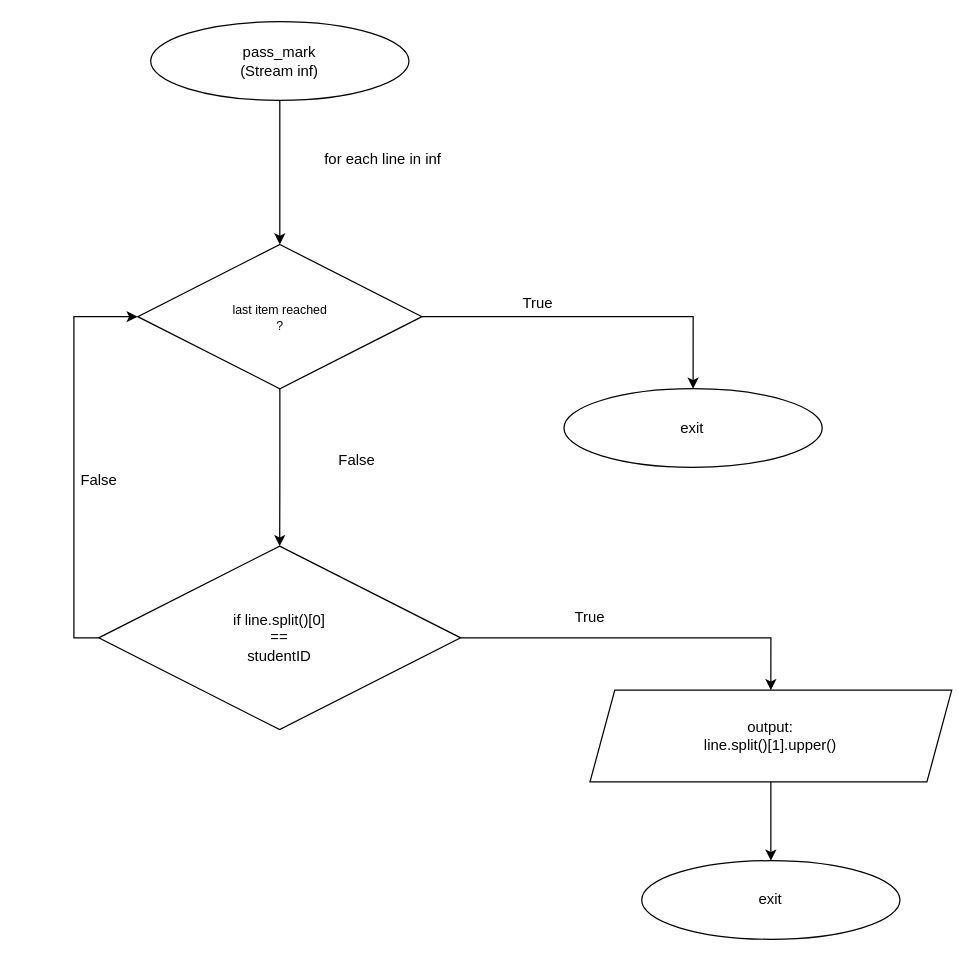
Earlier version of the draw.io diagram page "Page-3" (3 of 5) of Untitled Diagram.drawio (punyaprashun25/animated_login_form). Source tidied: cells renumbered, new cells numbered last; positions are measured from the earlier drawing's top-left corner, leaving out a move shared by most shapes. Both pictures are drawn from the tidied source at 124%, with x=0, y=0 at pixel (21, 21).
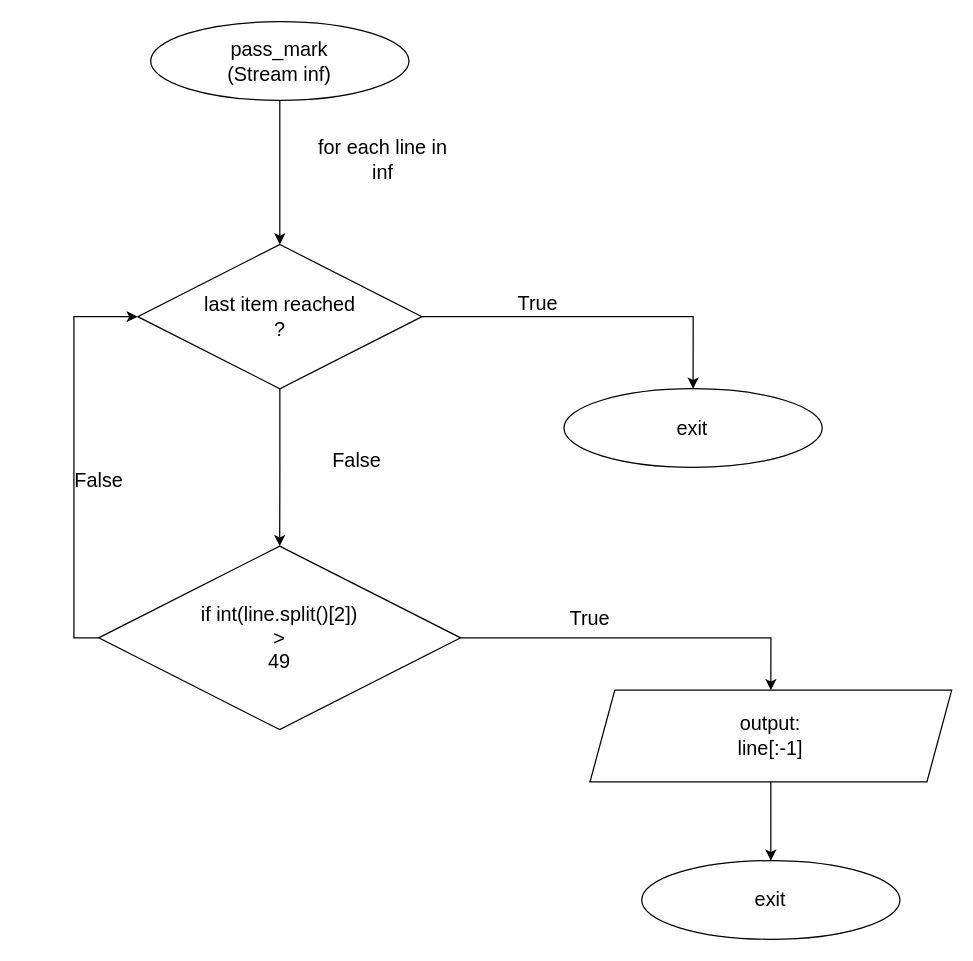
After the change.

Diff of the diagram source:
```diff
@@
 <mxGraphModel>
   <root>
     <mxCell id="0" />
     <mxCell id="1" parent="0" />
-    <mxCell id="2" style="group;" parent="1" vertex="1">
+    <mxCell id="2" style="group;fontSize=16;" parent="1" vertex="1">
       <mxGeometry width="750" height="740" as="geometry" />
     </mxCell>
-    <mxCell id="3" style="edgeStyle=orthogonalEdgeStyle;rounded=0;jettySize=auto;html=1;exitX=0.5;exitY=1;exitDx=0;exitDy=0;" parent="2" edge="1" source="4" target="7">
+    <mxCell id="3" style="edgeStyle=orthogonalEdgeStyle;rounded=0;jettySize=auto;html=1;exitX=0.5;exitY=1;exitDx=0;exitDy=0;fontSize=16;" parent="2" edge="1" source="4" target="7">
       <mxGeometry relative="1" as="geometry" />
     </mxCell>
-    <mxCell id="4" value="&lt;div&gt;pass_mark&lt;/div&gt;&lt;div&gt;(&lt;span style=&quot;background-color: initial;&quot;&gt;Stream inf)&lt;/span&gt;&lt;/div&gt;" style="ellipse;whiteSpace=wrap;html=1;" parent="2" vertex="1">
+    <mxCell id="4" value="&lt;div style=&quot;font-size: 16px;&quot;&gt;pass_mark&lt;/div&gt;&lt;div style=&quot;font-size: 16px;&quot;&gt;(&lt;span style=&quot;background-color: initial; font-size: 16px;&quot;&gt;Stream inf)&lt;/span&gt;&lt;/div&gt;" style="ellipse;whiteSpace=wrap;html=1;fontSize=16;" parent="2" vertex="1">
       <mxGeometry x="104" width="208.3" height="63.4" as="geometry" />
     </mxCell>
-    <mxCell id="5" style="edgeStyle=orthogonalEdgeStyle;rounded=0;jettySize=auto;html=1;exitX=1;exitY=0.5;exitDx=0;exitDy=0;entryX=0.5;entryY=0;entryDx=0;entryDy=0;" parent="2" edge="1" source="7" target="9">
+    <mxCell id="5" style="edgeStyle=orthogonalEdgeStyle;rounded=0;jettySize=auto;html=1;exitX=1;exitY=0.5;exitDx=0;exitDy=0;entryX=0.5;entryY=0;entryDx=0;entryDy=0;fontSize=16;" parent="2" edge="1" source="7" target="9">
       <mxGeometry relative="1" as="geometry" />
     </mxCell>
-    <mxCell id="6" style="edgeStyle=orthogonalEdgeStyle;rounded=0;jettySize=auto;html=1;exitX=0.5;exitY=1;exitDx=0;exitDy=0;entryX=0.5;entryY=0;entryDx=0;entryDy=0;" parent="2" edge="1" source="7" target="14">
+    <mxCell id="6" style="edgeStyle=orthogonalEdgeStyle;rounded=0;jettySize=auto;html=1;exitX=0.5;exitY=1;exitDx=0;exitDy=0;entryX=0.5;entryY=0;entryDx=0;entryDy=0;fontSize=16;" parent="2" edge="1" source="7" target="14">
       <mxGeometry relative="1" as="geometry" />
     </mxCell>
-    <mxCell id="7" value="&lt;font style=&quot;font-size: 10px;&quot;&gt;last item reached&lt;/font&gt;&lt;div style=&quot;font-size: 10px;&quot;&gt;&lt;font style=&quot;font-size: 10px;&quot;&gt;?&lt;/font&gt;&lt;/div&gt;" style="rhombus;whiteSpace=wrap;html=1;" parent="2" vertex="1">
+    <mxCell id="7" value="&lt;font style=&quot;font-size: 16px;&quot;&gt;last item reached&lt;/font&gt;&lt;div style=&quot;font-size: 16px;&quot;&gt;&lt;font style=&quot;font-size: 16px;&quot;&gt;?&lt;/font&gt;&lt;/div&gt;" style="rhombus;whiteSpace=wrap;html=1;fontSize=16;" parent="2" vertex="1">
       <mxGeometry x="93.6" y="179.7" width="229.2" height="116.3" as="geometry" />
     </mxCell>
-    <mxCell id="8" value="for each line in inf" style="text;html=1;align=center;verticalAlign=middle;whiteSpace=wrap;rounded=0;" parent="2" vertex="1">
+    <mxCell id="8" value="for each line in inf" style="text;html=1;align=center;verticalAlign=middle;whiteSpace=wrap;rounded=0;fontSize=16;" parent="2" vertex="1">
       <mxGeometry x="229" y="95.1" width="125" height="31.7" as="geometry" />
     </mxCell>
-    <mxCell id="9" value="exit" style="ellipse;whiteSpace=wrap;html=1;" parent="2" vertex="1">
+    <mxCell id="9" value="exit" style="ellipse;whiteSpace=wrap;html=1;fontSize=16;" parent="2" vertex="1">
       <mxGeometry x="437.3" y="296" width="208.3" height="63.4" as="geometry" />
     </mxCell>
-    <mxCell id="10" value="True" style="text;html=1;align=center;verticalAlign=middle;whiteSpace=wrap;rounded=0;" parent="2" vertex="1">
+    <mxCell id="10" value="True" style="text;html=1;align=center;verticalAlign=middle;whiteSpace=wrap;rounded=0;fontSize=16;" parent="2" vertex="1">
       <mxGeometry x="354" y="211.4" width="125" height="31.7" as="geometry" />
     </mxCell>
-    <mxCell id="11" value="False" style="text;html=1;align=center;verticalAlign=middle;whiteSpace=wrap;rounded=0;" parent="2" vertex="1">
+    <mxCell id="11" value="False" style="text;html=1;align=center;verticalAlign=middle;whiteSpace=wrap;rounded=0;fontSize=16;" parent="2" vertex="1">
       <mxGeometry x="208.1" y="338.3" width="125" height="31.7" as="geometry" />
     </mxCell>
-    <mxCell id="12" style="edgeStyle=orthogonalEdgeStyle;rounded=0;jettySize=auto;html=1;exitX=1;exitY=0.5;exitDx=0;exitDy=0;entryX=0.5;entryY=0;entryDx=0;entryDy=0;" parent="2" edge="1" source="14" target="16">
+    <mxCell id="12" style="edgeStyle=orthogonalEdgeStyle;rounded=0;jettySize=auto;html=1;exitX=1;exitY=0.5;exitDx=0;exitDy=0;entryX=0.5;entryY=0;entryDx=0;entryDy=0;fontSize=16;" parent="2" edge="1" source="14" target="16">
       <mxGeometry relative="1" as="geometry" />
     </mxCell>
-    <mxCell id="13" style="edgeStyle=orthogonalEdgeStyle;rounded=0;jettySize=auto;html=1;exitX=0;exitY=0.5;exitDx=0;exitDy=0;entryX=0;entryY=0.5;entryDx=0;entryDy=0;" parent="2" edge="1" source="14" target="7">
+    <mxCell id="13" style="edgeStyle=orthogonalEdgeStyle;rounded=0;jettySize=auto;html=1;exitX=0;exitY=0.5;exitDx=0;exitDy=0;entryX=0;entryY=0.5;entryDx=0;entryDy=0;fontSize=16;" parent="2" edge="1" source="14" target="7">
       <mxGeometry relative="1" as="geometry" />
     </mxCell>
-    <mxCell id="14" value="if line.split()[0]&lt;div&gt;==&lt;/div&gt;&lt;div&gt;studentID&lt;/div&gt;" style="rhombus;whiteSpace=wrap;html=1;" parent="2" vertex="1">
+    <mxCell id="14" value="&lt;font style=&quot;font-size: 16px;&quot;&gt;if int(line.split()[2])&lt;/font&gt;&lt;div style=&quot;font-size: 16px;&quot;&gt;&lt;font style=&quot;font-size: 16px;&quot;&gt;&amp;gt;&lt;/font&gt;&lt;/div&gt;&lt;div style=&quot;font-size: 16px;&quot;&gt;&lt;font style=&quot;font-size: 16px;&quot;&gt;49&lt;/font&gt;&lt;/div&gt;" style="rhombus;whiteSpace=wrap;html=1;fontSize=16;" parent="2" vertex="1">
       <mxGeometry x="62.1" y="422.9" width="291.9" height="148" as="geometry" />
     </mxCell>
-    <mxCell id="15" style="edgeStyle=orthogonalEdgeStyle;rounded=0;jettySize=auto;html=1;exitX=0.5;exitY=1;exitDx=0;exitDy=0;entryX=0.5;entryY=0;entryDx=0;entryDy=0;" parent="2" edge="1" source="16" target="17">
+    <mxCell id="15" style="edgeStyle=orthogonalEdgeStyle;rounded=0;jettySize=auto;html=1;exitX=0.5;exitY=1;exitDx=0;exitDy=0;entryX=0.5;entryY=0;entryDx=0;entryDy=0;fontSize=16;" parent="2" edge="1" source="16" target="17">
       <mxGeometry relative="1" as="geometry" />
     </mxCell>
-    <mxCell id="16" value="output:&lt;div&gt;line.split()[1].upper()&lt;/div&gt;" style="shape=parallelogram;perimeter=parallelogramPerimeter;whiteSpace=wrap;html=1;fixedSize=1;size=19.999999999999773;" parent="2" vertex="1">
+    <mxCell id="16" value="output:&lt;div style=&quot;font-size: 16px;&quot;&gt;line[:-1]&lt;/div&gt;" style="shape=parallelogram;perimeter=parallelogramPerimeter;whiteSpace=wrap;html=1;fixedSize=1;size=19.999999999999773;fontSize=16;" parent="2" vertex="1">
       <mxGeometry x="458.3" y="539.1" width="291.7" height="74" as="geometry" />
     </mxCell>
-    <mxCell id="17" value="exit" style="ellipse;whiteSpace=wrap;html=1;" parent="2" vertex="1">
+    <mxCell id="17" value="exit" style="ellipse;whiteSpace=wrap;html=1;fontSize=16;" parent="2" vertex="1">
       <mxGeometry x="500" y="676.6" width="208.3" height="63.4" as="geometry" />
     </mxCell>
-    <mxCell id="18" value="True" style="text;html=1;align=center;verticalAlign=middle;whiteSpace=wrap;rounded=0;" parent="2" vertex="1">
+    <mxCell id="18" value="True" style="text;html=1;align=center;verticalAlign=middle;whiteSpace=wrap;rounded=0;fontSize=16;" parent="2" vertex="1">
       <mxGeometry x="395.8" y="465.1" width="125" height="31.7" as="geometry" />
     </mxCell>
-    <mxCell id="19" value="False" style="text;html=1;align=center;verticalAlign=middle;whiteSpace=wrap;rounded=0;" parent="2" vertex="1">
+    <mxCell id="19" value="False" style="text;html=1;align=center;verticalAlign=middle;whiteSpace=wrap;rounded=0;fontSize=16;" parent="2" vertex="1">
       <mxGeometry y="354.1" width="125" height="31.7" as="geometry" />
     </mxCell>
   </root>
 </mxGraphModel>
```
